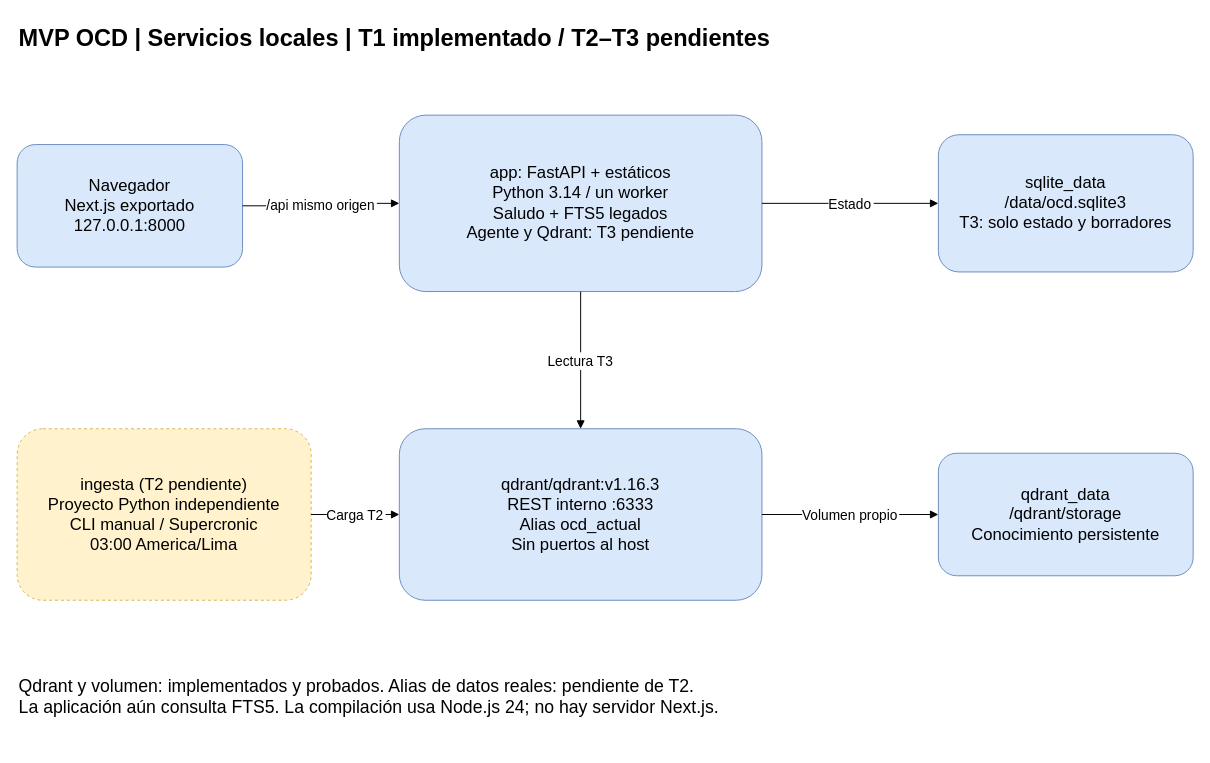
Earlier version of the draw.io diagram page "Servicios locales" (2 of 3) of docs/MVP_OCD_Arquitectura.drawio (miguelsff/grupo-visa-ai). Source tidied: cells renumbered, new cells numbered last; positions are measured from the earlier drawing's top-left corner, leaving out a move shared by most shapes. Both pictures are drawn from the tidied source at 98%, with x=0, y=0 at pixel (17, 17).
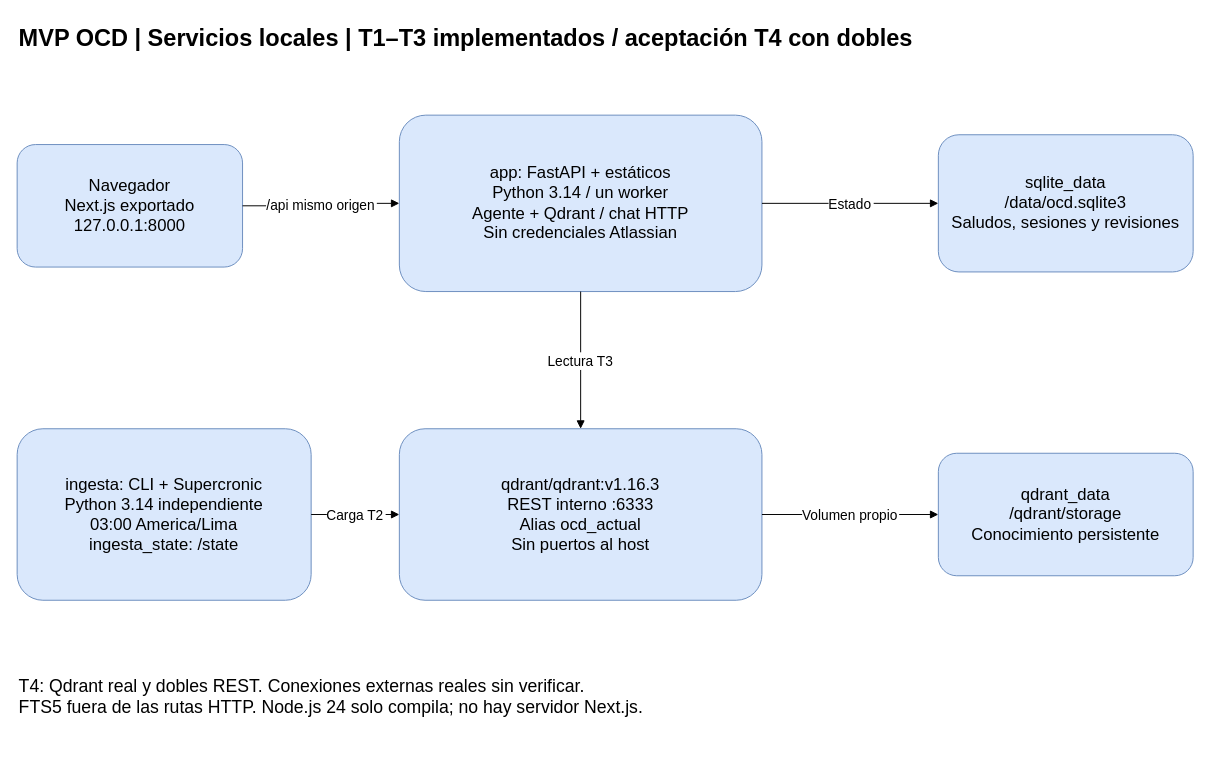
The same page after the edit.

What changed in the source:
```diff
@@
 <mxGraphModel>
   <root>
     <mxCell id="0" />
     <mxCell id="1" parent="0" />
-    <mxCell id="2" value="MVP OCD | Servicios locales | T1 implementado / T2–T3 pendientes" style="text;html=0;align=left;fontSize=24;fontStyle=1;" parent="1" vertex="1">
+    <mxCell id="2" value="MVP OCD | Servicios locales | T1–T3 implementados / aceptación T4 con dobles" style="text;html=0;align=left;fontSize=24;fontStyle=1;" parent="1" vertex="1">
       <mxGeometry width="1200" height="65" as="geometry" />
     </mxCell>
     <mxCell id="3" value="Navegador&#10;Next.js exportado&#10;127.0.0.1:8000" style="rounded=1;whiteSpace=wrap;html=0;align=center;verticalAlign=middle;fontSize=17;fillColor=#dae8fc;strokeColor=#6c8ebf;" parent="1" vertex="1">
       <mxGeometry y="130" width="230" height="125" as="geometry" />
     </mxCell>
-    <mxCell id="4" value="app: FastAPI + estáticos&#10;Python 3.14 / un worker&#10;Saludo + FTS5 legados&#10;Agente y Qdrant: T3 pendiente" style="rounded=1;whiteSpace=wrap;html=0;align=center;verticalAlign=middle;fontSize=17;fillColor=#dae8fc;strokeColor=#6c8ebf;" parent="1" vertex="1">
+    <mxCell id="4" value="app: FastAPI + estáticos&#10;Python 3.14 / un worker&#10;Agente + Qdrant / chat HTTP&#10;Sin credenciales Atlassian" style="rounded=1;whiteSpace=wrap;html=0;align=center;verticalAlign=middle;fontSize=17;fillColor=#dae8fc;strokeColor=#6c8ebf;" parent="1" vertex="1">
       <mxGeometry x="390" y="100" width="370" height="180" as="geometry" />
     </mxCell>
-    <mxCell id="5" value="sqlite_data&#10;/data/ocd.sqlite3&#10;T3: solo estado y borradores" style="rounded=1;whiteSpace=wrap;html=0;align=center;verticalAlign=middle;fontSize=17;fillColor=#dae8fc;strokeColor=#6c8ebf;" parent="1" vertex="1">
+    <mxCell id="5" value="sqlite_data&#10;/data/ocd.sqlite3&#10;Saludos, sesiones y revisiones" style="rounded=1;whiteSpace=wrap;html=0;align=center;verticalAlign=middle;fontSize=17;fillColor=#dae8fc;strokeColor=#6c8ebf;" parent="1" vertex="1">
       <mxGeometry x="940" y="120" width="260" height="140" as="geometry" />
     </mxCell>
-    <mxCell id="6" value="ingesta (T2 pendiente)&#10;Proyecto Python independiente&#10;CLI manual / Supercronic&#10;03:00 America/Lima" style="rounded=1;whiteSpace=wrap;html=0;align=center;verticalAlign=middle;fontSize=17;fillColor=#fff2cc;strokeColor=#d6b656;dashed=1;" parent="1" vertex="1">
+    <mxCell id="6" value="ingesta: CLI + Supercronic&#10;Python 3.14 independiente&#10;03:00 America/Lima&#10;ingesta_state: /state" style="rounded=1;whiteSpace=wrap;html=0;align=center;verticalAlign=middle;fontSize=17;fillColor=#dae8fc;strokeColor=#6c8ebf;" parent="1" vertex="1">
       <mxGeometry y="420" width="300" height="175" as="geometry" />
     </mxCell>
     <mxCell id="7" value="qdrant/qdrant:v1.16.3&#10;REST interno :6333&#10;Alias ocd_actual&#10;Sin puertos al host" style="rounded=1;whiteSpace=wrap;html=0;align=center;verticalAlign=middle;fontSize=17;fillColor=#dae8fc;strokeColor=#6c8ebf;" parent="1" vertex="1">
       <mxGeometry x="390" y="420" width="370" height="175" as="geometry" />
     </mxCell>
     <mxCell id="8" value="qdrant_data&#10;/qdrant/storage&#10;Conocimiento persistente" style="rounded=1;whiteSpace=wrap;html=0;align=center;verticalAlign=middle;fontSize=17;fillColor=#dae8fc;strokeColor=#6c8ebf;" parent="1" vertex="1">
       <mxGeometry x="940" y="445" width="260" height="125" as="geometry" />
     </mxCell>
     <mxCell id="9" value="/api mismo origen" style="edgeStyle=orthogonalEdgeStyle;html=0;endArrow=block;fontSize=14;" parent="1" edge="1" source="3" target="4">
       <mxGeometry relative="1" as="geometry" />
     </mxCell>
     <mxCell id="10" value="Estado" style="edgeStyle=orthogonalEdgeStyle;html=0;endArrow=block;fontSize=14;" parent="1" edge="1" source="4" target="5">
       <mxGeometry relative="1" as="geometry" />
     </mxCell>
     <mxCell id="11" value="Lectura T3" style="edgeStyle=orthogonalEdgeStyle;html=0;endArrow=block;fontSize=14;" parent="1" edge="1" source="4" target="7">
       <mxGeometry relative="1" as="geometry" />
     </mxCell>
     <mxCell id="12" value="Carga T2" style="edgeStyle=orthogonalEdgeStyle;html=0;endArrow=block;fontSize=14;" parent="1" edge="1" source="6" target="7">
       <mxGeometry relative="1" as="geometry" />
     </mxCell>
     <mxCell id="13" value="Volumen propio" style="edgeStyle=orthogonalEdgeStyle;html=0;endArrow=block;fontSize=14;" parent="1" edge="1" source="7" target="8">
       <mxGeometry relative="1" as="geometry" />
     </mxCell>
-    <mxCell id="14" value="Qdrant y volumen: implementados y probados. Alias de datos reales: pendiente de T2.&#10;La aplicación aún consulta FTS5. La compilación usa Node.js 24; no hay servidor Next.js." style="text;html=0;align=left;fontSize=18;" parent="1" vertex="1">
+    <mxCell id="14" value="T4: Qdrant real y dobles REST. Conexiones externas reales sin verificar.&#10;FTS5 fuera de las rutas HTTP. Node.js 24 solo compila; no hay servidor Next.js." style="text;html=0;align=left;fontSize=18;" parent="1" vertex="1">
       <mxGeometry y="665" width="1200" height="80" as="geometry" />
     </mxCell>
   </root>
 </mxGraphModel>
```
